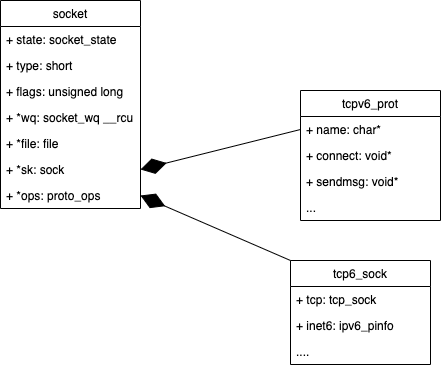
yjy239/blog keeps this draw.io diagram as source/images/socket结构体.png. Above is the earlier version. Source tidied: cells renumbered, new cells last; positions are measured from the earlier drawing's top-left corner, leaving out a move shared by most shapes.
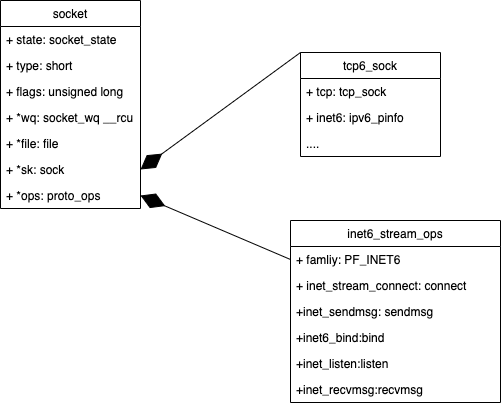
Above is the later version.

Change to the diagram source:
```diff
@@ -26,26 +26,32 @@
     <mxCell id="9" value="+ *ops: proto_ops" style="text;strokeColor=none;fillColor=none;align=left;verticalAlign=top;spacingLeft=4;spacingRight=4;overflow=hidden;points=[[0,0.5],[1,0.5]];portConstraint=eastwest;" parent="2" vertex="1">
       <mxGeometry y="182" width="140" height="26" as="geometry" />
     </mxCell>
-    <mxCell id="10" value="tcpv6_prot" style="swimlane;fontStyle=0;horizontal=1;startSize=26;fillColor=none;" parent="1" vertex="1">
-      <mxGeometry x="300" y="90" width="140" height="130" as="geometry" />
+    <mxCell id="10" value="inet6_stream_ops" style="swimlane;fontStyle=0;horizontal=1;startSize=26;fillColor=none;" parent="1" vertex="1">
+      <mxGeometry x="290" y="220" width="210" height="182" as="geometry" />
     </mxCell>
-    <mxCell id="11" value="+ name: char*" style="text;strokeColor=none;fillColor=none;align=left;verticalAlign=top;spacingLeft=4;spacingRight=4;overflow=hidden;points=[[0,0.5],[1,0.5]];portConstraint=eastwest;" parent="10" vertex="1">
-      <mxGeometry y="26" width="140" height="26" as="geometry" />
+    <mxCell id="11" value="+ famliy: PF_INET6" style="text;strokeColor=none;fillColor=none;align=left;verticalAlign=top;spacingLeft=4;spacingRight=4;overflow=hidden;points=[[0,0.5],[1,0.5]];portConstraint=eastwest;" parent="10" vertex="1">
+      <mxGeometry y="26" width="210" height="26" as="geometry" />
     </mxCell>
-    <mxCell id="12" value="+ connect: void*" style="text;strokeColor=none;fillColor=none;align=left;verticalAlign=top;spacingLeft=4;spacingRight=4;overflow=hidden;" parent="10" vertex="1">
-      <mxGeometry y="52" width="140" height="26" as="geometry" />
+    <mxCell id="12" value="+ inet_stream_connect: connect" style="text;strokeColor=none;fillColor=none;align=left;verticalAlign=top;spacingLeft=4;spacingRight=4;overflow=hidden;" parent="10" vertex="1">
+      <mxGeometry y="52" width="210" height="26" as="geometry" />
     </mxCell>
-    <mxCell id="13" value="+ sendmsg: void*" style="text;strokeColor=none;fillColor=none;align=left;verticalAlign=top;spacingLeft=4;spacingRight=4;overflow=hidden;" parent="10" vertex="1">
-      <mxGeometry y="78" width="140" height="26" as="geometry" />
+    <mxCell id="13" value="+inet_sendmsg: sendmsg" style="text;strokeColor=none;fillColor=none;align=left;verticalAlign=top;spacingLeft=4;spacingRight=4;overflow=hidden;" parent="10" vertex="1">
+      <mxGeometry y="78" width="210" height="26" as="geometry" />
     </mxCell>
-    <mxCell id="14" value="..." style="text;strokeColor=none;fillColor=none;align=left;verticalAlign=top;spacingLeft=4;spacingRight=4;overflow=hidden;" parent="10" vertex="1">
-      <mxGeometry y="104" width="140" height="26" as="geometry" />
+    <mxCell id="14" value="+inet6_bind:bind" style="text;strokeColor=none;fillColor=none;align=left;verticalAlign=top;spacingLeft=4;spacingRight=4;overflow=hidden;" parent="10" vertex="1">
+      <mxGeometry y="104" width="210" height="26" as="geometry" />
     </mxCell>
+    <mxCell id="21" value="+inet_listen:listen" style="text;strokeColor=none;fillColor=none;align=left;verticalAlign=top;spacingLeft=4;spacingRight=4;overflow=hidden;" parent="10" vertex="1">
+      <mxGeometry y="130" width="210" height="26" as="geometry" />
+    </mxCell>
+    <mxCell id="22" value="+inet_recvmsg:recvmsg" style="text;strokeColor=none;fillColor=none;align=left;verticalAlign=top;spacingLeft=4;spacingRight=4;overflow=hidden;" parent="10" vertex="1">
+      <mxGeometry y="156" width="210" height="26" as="geometry" />
+    </mxCell>
-    <mxCell id="15" style="endArrow=diamondThin;endFill=1;endSize=24;html=1;entryX=1;entryY=0.5;entryDx=0;entryDy=0;exitX=0;exitY=0.5;exitDx=0;exitDy=0;" parent="1" edge="1" source="11" target="8">
+    <mxCell id="15" style="endArrow=diamondThin;endFill=1;endSize=24;html=1;entryX=1;entryY=0.5;entryDx=0;entryDy=0;exitX=0;exitY=0.5;exitDx=0;exitDy=0;" parent="1" edge="1" source="11" target="9">
       <mxGeometry relative="1" as="geometry" />
     </mxCell>
     <mxCell id="16" value="tcp6_sock" style="swimlane;fontStyle=0;horizontal=1;startSize=26;fillColor=none;" parent="1" vertex="1">
-      <mxGeometry x="290" y="260" width="140" height="104" as="geometry" />
+      <mxGeometry x="300" y="52" width="140" height="104" as="geometry" />
     </mxCell>
     <mxCell id="17" value="+ tcp: tcp_sock" style="text;strokeColor=none;fillColor=none;align=left;verticalAlign=top;spacingLeft=4;spacingRight=4;overflow=hidden;" parent="16" vertex="1">
       <mxGeometry y="26" width="140" height="26" as="geometry" />
@@ -56,7 +62,7 @@
     <mxCell id="19" value="...." style="text;strokeColor=none;fillColor=none;align=left;verticalAlign=top;spacingLeft=4;spacingRight=4;overflow=hidden;" parent="16" vertex="1">
       <mxGeometry y="78" width="140" height="26" as="geometry" />
     </mxCell>
-    <mxCell id="20" style="endArrow=diamondThin;endFill=1;endSize=24;html=1;entryX=1;entryY=0.5;entryDx=0;entryDy=0;exitX=0;exitY=0;exitDx=0;exitDy=0;" parent="1" edge="1" source="16" target="9">
+    <mxCell id="20" style="endArrow=diamondThin;endFill=1;endSize=24;html=1;entryX=1;entryY=0.5;entryDx=0;entryDy=0;exitX=0;exitY=0;exitDx=0;exitDy=0;" parent="1" edge="1" source="16" target="8">
       <mxGeometry relative="1" as="geometry" />
     </mxCell>
   </root>
```
